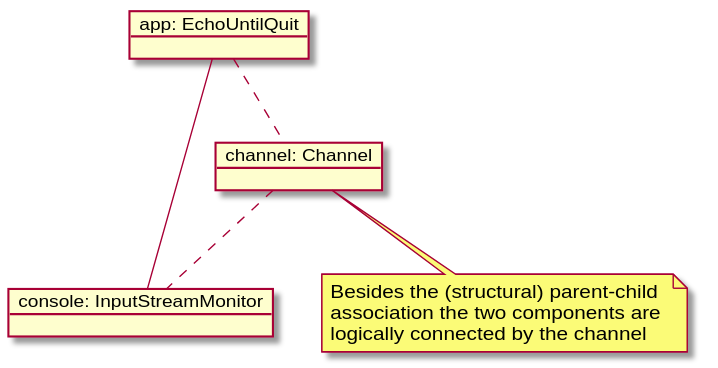
The PlantUML diagram ConsoleEchoApp.svg in mnlipp/jgrapes, before a commit.
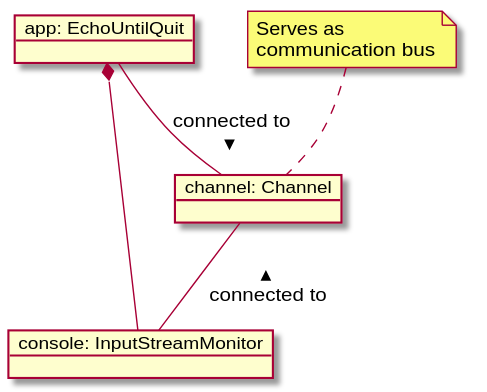
After the commit.

The edit, as a diff of the source:
```diff
@@ -4,12 +4,10 @@
 object "console: InputStreamMonitor" as console
 object "channel: Channel" as channel
 
-app -- console
-app .. channel
-console .up. channel
+app *-- console
+app -- channel: connected to >
+console -up- channel: connected to >
 
-note "Besides the (structural) parent-child \nassociation the two components are \nlogically connected by the channel" as ChannelNote
-
-channel .. ChannelNote
+note top of channel:	Serves as\ncommunication bus
 
 @enduml
```
